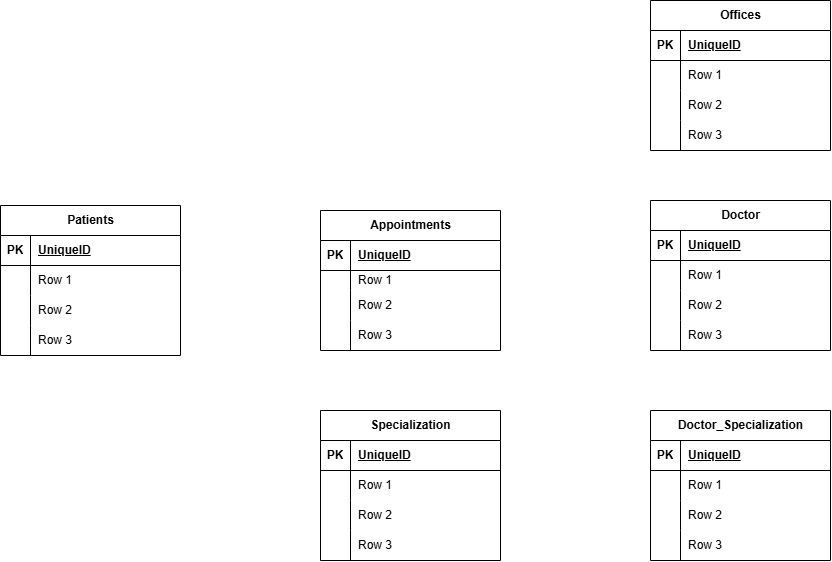
The draw.io diagram clinicentities.drawio.png in JACKSONMANZI/MINEPORTFOLIO, before a commit. Source tidied: cells renumbered, new cells last; positions are measured from the earlier drawing's top-left corner, leaving out a move shared by most shapes.
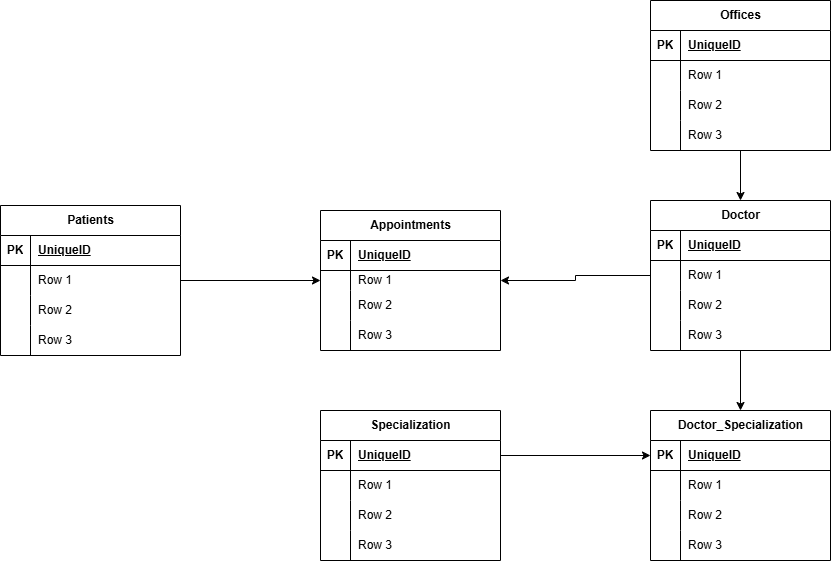
After the change.

What changed in the source:
```diff
@@ -41,6 +41,9 @@
     <mxCell id="14" value="Row 3" style="shape=partialRectangle;fillColor=none;top=0;left=0;bottom=0;right=0;align=left;spacingLeft=6;overflow=hidden;whiteSpace=wrap;html=1;" parent="12" vertex="1">
       <mxGeometry x="30" width="150" height="30" as="geometry" />
     </mxCell>
+    <mxCell id="80" style="edgeStyle=orthogonalEdgeStyle;rounded=0;jettySize=auto;html=1;entryX=0.5;entryY=0;entryDx=0;entryDy=0;" parent="1" edge="1" source="15" target="41">
+      <mxGeometry relative="1" as="geometry" />
+    </mxCell>
     <mxCell id="15" value="Doctor" style="shape=table;startSize=30;rowLines=0;fontStyle=1;align=center;html=1;" parent="1" vertex="1">
       <mxGeometry x="650" y="200" width="180" height="150" as="geometry" />
     </mxCell>
@@ -158,6 +161,9 @@
     <mxCell id="53" value="Row 3" style="shape=partialRectangle;fillColor=none;top=0;left=0;bottom=0;right=0;align=left;spacingLeft=6;overflow=hidden;whiteSpace=wrap;html=1;" parent="51" vertex="1">
       <mxGeometry x="30" width="150" height="30" as="geometry" />
     </mxCell>
+    <mxCell id="81" style="edgeStyle=orthogonalEdgeStyle;rounded=0;jettySize=auto;html=1;entryX=0.5;entryY=0;entryDx=0;entryDy=0;" parent="1" edge="1" source="54" target="15">
+      <mxGeometry relative="1" as="geometry" />
+    </mxCell>
     <mxCell id="54" value="Offices" style="shape=table;startSize=30;rowLines=0;fontStyle=1;align=center;html=1;" parent="1" vertex="1">
       <mxGeometry x="650" width="180" height="150" as="geometry" />
     </mxCell>
@@ -236,5 +242,14 @@
     <mxCell id="79" value="Row 3" style="shape=partialRectangle;fillColor=none;top=0;left=0;bottom=0;right=0;align=left;spacingLeft=6;overflow=hidden;whiteSpace=wrap;html=1;" parent="77" vertex="1">
       <mxGeometry x="30" width="150" height="30" as="geometry" />
     </mxCell>
+    <mxCell id="82" style="edgeStyle=orthogonalEdgeStyle;rounded=0;jettySize=auto;html=1;entryX=0;entryY=0.5;entryDx=0;entryDy=0;" parent="1" edge="1" source="32" target="6">
+      <mxGeometry relative="1" as="geometry" />
+    </mxCell>
+    <mxCell id="83" style="edgeStyle=orthogonalEdgeStyle;rounded=0;jettySize=auto;html=1;entryX=1;entryY=0.5;entryDx=0;entryDy=0;" parent="1" edge="1" source="19" target="6">
+      <mxGeometry relative="1" as="geometry" />
+    </mxCell>
+    <mxCell id="84" style="edgeStyle=orthogonalEdgeStyle;rounded=0;jettySize=auto;html=1;" parent="1" edge="1" source="68" target="42">
+      <mxGeometry relative="1" as="geometry" />
+    </mxCell>
   </root>
 </mxGraphModel>
```
